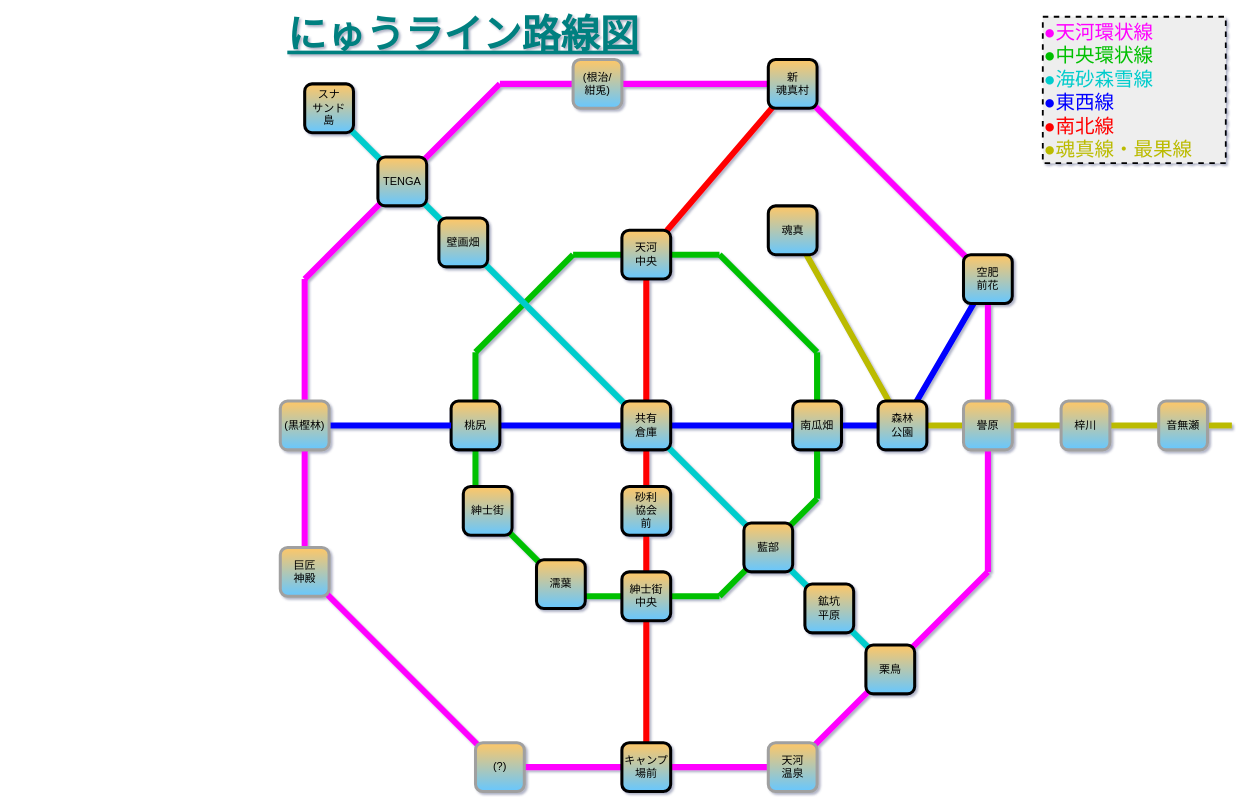
kino25789/nyuworld keeps this draw.io diagram as nyuwline/route-map.drawio. Above is the earlier version. Source tidied: cells renumbered, new cells numbered last; positions are measured from the earlier drawing's top-left corner, leaving out a move shared by most shapes. Both pictures are drawn from the tidied source at 61%, with x=0, y=0 at pixel (280, 10).
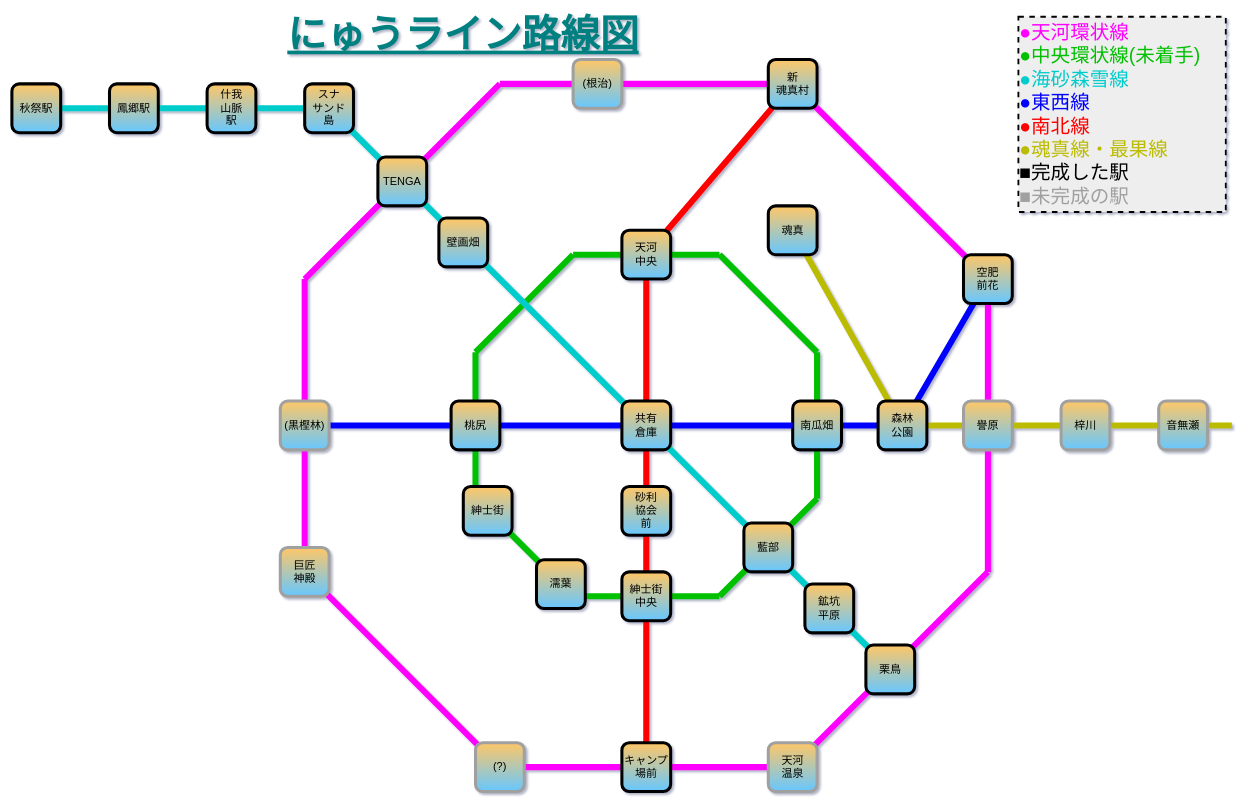
Above is the later version.

Commit message (it also covers changes not shown here):
路線図更新

Unchanged cells that the change refers to:
```xml
<mxCell id="25" value="南瓜畑" style="rounded=1;whiteSpace=wrap;html=1;labelBackgroundColor=none;strokeColor=#000000;strokeWidth=5;fillColor=#FFC766;fontSize=18;fontColor=#000000;gradientColor=#66C7FF;verticalAlign=middle;horizontal=1;align=center;fontFamily=IPAゴシック;fontStyle=0;" parent="1" vertex="1">
  <mxGeometry x="840" y="640" width="80" height="80" as="geometry" />
</mxCell>
<mxCell id="29" value="桃尻" style="rounded=1;whiteSpace=wrap;html=1;labelBackgroundColor=none;strokeColor=#000000;strokeWidth=5;fillColor=#FFC766;fontSize=18;fontColor=#000000;gradientColor=#66C7FF;verticalAlign=middle;horizontal=1;align=center;fontFamily=IPAゴシック;fontStyle=0;" parent="1" vertex="1">
  <mxGeometry x="280" y="640" width="80" height="80" as="geometry" />
</mxCell>
```

Diff of the diagram source:
```diff
@@
+    <mxCell id="55" style="endArrow=none;html=1;strokeColor=#00CCCC;strokeWidth=10;fontSize=64;fontColor=#008080;fontFamily=IPAゴシック;fontStyle=0;" parent="1" edge="1">
+      <mxGeometry relative="1" as="geometry">
+        <mxPoint x="-400" y="160" as="sourcePoint" />
+        <mxPoint x="80" y="160" as="targetPoint" />
+      </mxGeometry>
+    </mxCell>
@@
-    <mxCell id="19" style="endArrow=none;html=1;strokeColor=#0000FF;strokeWidth=10;fontSize=64;fontColor=#008080;fontFamily=IPAゴシック;fontStyle=0;" parent="1" edge="1" source="29" target="38">
-      <mxGeometry relative="1" as="geometry" />
-    </mxCell>
@@
-    <mxCell id="26" style="endArrow=none;html=1;strokeColor=#0000FF;strokeWidth=10;fontSize=64;fontColor=#008080;fontFamily=IPAゴシック;fontStyle=0;" parent="1" edge="1" source="38" target="25">
-      <mxGeometry relative="1" as="geometry" />
+    <mxCell id="26" style="endArrow=none;html=1;strokeColor=#0000FF;strokeWidth=10;fontSize=64;fontColor=#008080;fontFamily=IPAゴシック;fontStyle=0;" parent="1" edge="1" target="25">
+      <mxGeometry relative="1" as="geometry">
+        <mxPoint x="40" y="680" as="sourcePoint" />
+      </mxGeometry>
     </mxCell>
@@
-    <mxCell id="30" style="endArrow=none;html=1;strokeColor=#0000FF;strokeWidth=10;fontSize=64;fontColor=#008080;fontFamily=IPAゴシック;fontStyle=0;" parent="1" edge="1" target="29">
-      <mxGeometry relative="1" as="geometry">
-        <mxPoint x="40" y="680" as="sourcePoint" />
-      </mxGeometry>
-    </mxCell>
@@
-    <mxCell id="38" value="&lt;font style=&quot;font-size: 18px ; line-height: 0%&quot;&gt;共有&lt;br&gt;倉庫&lt;/font&gt;" style="rounded=1;whiteSpace=wrap;html=1;labelBackgroundColor=none;strokeColor=#000000;strokeWidth=5;fillColor=#FFC766;fontSize=18;fontColor=#000000;gradientColor=#66C7FF;verticalAlign=middle;horizontal=1;align=center;fontFamily=IPAゴシック;fontStyle=0;" parent="1" vertex="1">
-      <mxGeometry x="560" y="640" width="80" height="80" as="geometry" />
-    </mxCell>
@@
-    <mxCell id="45" value="(根治/&lt;br&gt;紺兎)" style="rounded=1;whiteSpace=wrap;html=1;labelBackgroundColor=none;strokeColor=#A0A0A0;strokeWidth=5;fillColor=#FFC766;fontSize=18;fontColor=#000000;gradientColor=#66C7FF;verticalAlign=middle;horizontal=1;align=center;fontFamily=IPAゴシック;fontStyle=0;" parent="1" vertex="1">
+    <mxCell id="45" value="(根治)" style="rounded=1;whiteSpace=wrap;html=1;labelBackgroundColor=none;strokeColor=#A0A0A0;strokeWidth=5;fillColor=#FFC766;fontSize=18;fontColor=#000000;gradientColor=#66C7FF;verticalAlign=middle;horizontal=1;align=center;fontFamily=IPAゴシック;fontStyle=0;" parent="1" vertex="1">
       <mxGeometry x="480" y="80" width="80" height="80" as="geometry" />
     </mxCell>
@@
-    <mxCell id="54" value="&lt;font style=&quot;font-size: 32px;&quot;&gt;&lt;font color=&quot;#ff00ff&quot; style=&quot;font-size: 32px;&quot;&gt;●天河環状線&lt;/font&gt;&lt;br style=&quot;font-size: 32px;&quot;&gt;&lt;font color=&quot;#00c000&quot; style=&quot;font-size: 32px;&quot;&gt;●中央環状線&lt;/font&gt;&lt;br style=&quot;font-size: 32px;&quot;&gt;&lt;font color=&quot;#00cccc&quot; style=&quot;font-size: 32px;&quot;&gt;●海砂森雪線&lt;/font&gt;&lt;br style=&quot;font-size: 32px;&quot;&gt;&lt;font color=&quot;#0000ff&quot; style=&quot;font-size: 32px;&quot;&gt;●東西線&lt;/font&gt;&lt;br style=&quot;font-size: 32px;&quot;&gt;&lt;font color=&quot;#ff0000&quot; style=&quot;font-size: 32px;&quot;&gt;●南北線&lt;/font&gt;&lt;br style=&quot;font-size: 32px;&quot;&gt;&lt;font color=&quot;#bbbb00&quot; style=&quot;font-size: 32px;&quot;&gt;●魂真線・最果線&lt;/font&gt;&lt;br style=&quot;font-size: 32px;&quot;&gt;&lt;/font&gt;" style="rounded=0;whiteSpace=wrap;html=1;align=left;verticalAlign=top;fontSize=32;fontFamily=IPAゴシック;fillColor=#EEEEEE;strokeColor=#000000;strokeWidth=3;dashed=1;" parent="1" vertex="1">
-      <mxGeometry x="1250" y="10" width="300" height="240" as="geometry" />
+    <mxCell id="54" value="&lt;font style=&quot;font-size: 32px&quot;&gt;&lt;font color=&quot;#ff00ff&quot; style=&quot;font-size: 32px&quot;&gt;●天河環状線&lt;/font&gt;&lt;br style=&quot;font-size: 32px&quot;&gt;&lt;font color=&quot;#00c000&quot; style=&quot;font-size: 32px&quot;&gt;●中央環状線(未着手)&lt;/font&gt;&lt;br style=&quot;font-size: 32px&quot;&gt;&lt;font color=&quot;#00cccc&quot; style=&quot;font-size: 32px&quot;&gt;●海砂森雪線&lt;/font&gt;&lt;br style=&quot;font-size: 32px&quot;&gt;&lt;font color=&quot;#0000ff&quot; style=&quot;font-size: 32px&quot;&gt;●東西線&lt;/font&gt;&lt;br style=&quot;font-size: 32px&quot;&gt;&lt;font color=&quot;#ff0000&quot; style=&quot;font-size: 32px&quot;&gt;●南北線&lt;/font&gt;&lt;br style=&quot;font-size: 32px&quot;&gt;&lt;font color=&quot;#bbbb00&quot; style=&quot;font-size: 32px&quot;&gt;●魂真線・最果線&lt;br&gt;&lt;/font&gt;■完成した駅&lt;br&gt;&lt;font color=&quot;#a0a0a0&quot;&gt;■未完成の駅&lt;/font&gt;&lt;br style=&quot;font-size: 32px&quot;&gt;&lt;/font&gt;" style="rounded=0;whiteSpace=wrap;html=1;align=left;verticalAlign=top;fontSize=32;fontFamily=IPAゴシック;fillColor=#EEEEEE;strokeColor=#000000;strokeWidth=3;dashed=1;" parent="1" vertex="1">
+      <mxGeometry x="1210" y="10" width="340" height="320" as="geometry" />
     </mxCell>
+    <mxCell id="38" value="&lt;font style=&quot;font-size: 18px ; line-height: 0%&quot;&gt;共有&lt;br&gt;倉庫&lt;/font&gt;" style="rounded=1;whiteSpace=wrap;html=1;labelBackgroundColor=none;strokeColor=#000000;strokeWidth=5;fillColor=#FFC766;fontSize=18;fontColor=#000000;gradientColor=#66C7FF;verticalAlign=middle;horizontal=1;align=center;fontFamily=IPAゴシック;fontStyle=0;" parent="1" vertex="1">
+      <mxGeometry x="560" y="640" width="80" height="80" as="geometry" />
+    </mxCell>
+    <mxCell id="56" value="什我&lt;br&gt;山脈&lt;br&gt;駅" style="rounded=1;whiteSpace=wrap;html=1;labelBackgroundColor=none;strokeColor=#000000;strokeWidth=5;fillColor=#FFC766;fontSize=18;fontColor=#000000;gradientColor=#66C7FF;verticalAlign=middle;horizontal=1;align=center;fontFamily=IPAゴシック;fontStyle=0;" parent="1" vertex="1">
+      <mxGeometry x="-120" y="120" width="80" height="80" as="geometry" />
+    </mxCell>
+    <mxCell id="57" value="鳳郷駅" style="rounded=1;whiteSpace=wrap;html=1;labelBackgroundColor=none;strokeColor=#000000;strokeWidth=5;fillColor=#FFC766;fontSize=18;fontColor=#000000;gradientColor=#66C7FF;verticalAlign=middle;horizontal=1;align=center;fontFamily=IPAゴシック;fontStyle=0;" parent="1" vertex="1">
+      <mxGeometry x="-280" y="120" width="80" height="80" as="geometry" />
+    </mxCell>
+    <mxCell id="58" value="秋祭駅" style="rounded=1;whiteSpace=wrap;html=1;labelBackgroundColor=none;strokeColor=#000000;strokeWidth=5;fillColor=#FFC766;fontSize=18;fontColor=#000000;gradientColor=#66C7FF;verticalAlign=middle;horizontal=1;align=center;fontFamily=IPAゴシック;fontStyle=0;" parent="1" vertex="1">
+      <mxGeometry x="-440" y="120" width="80" height="80" as="geometry" />
+    </mxCell>
```
